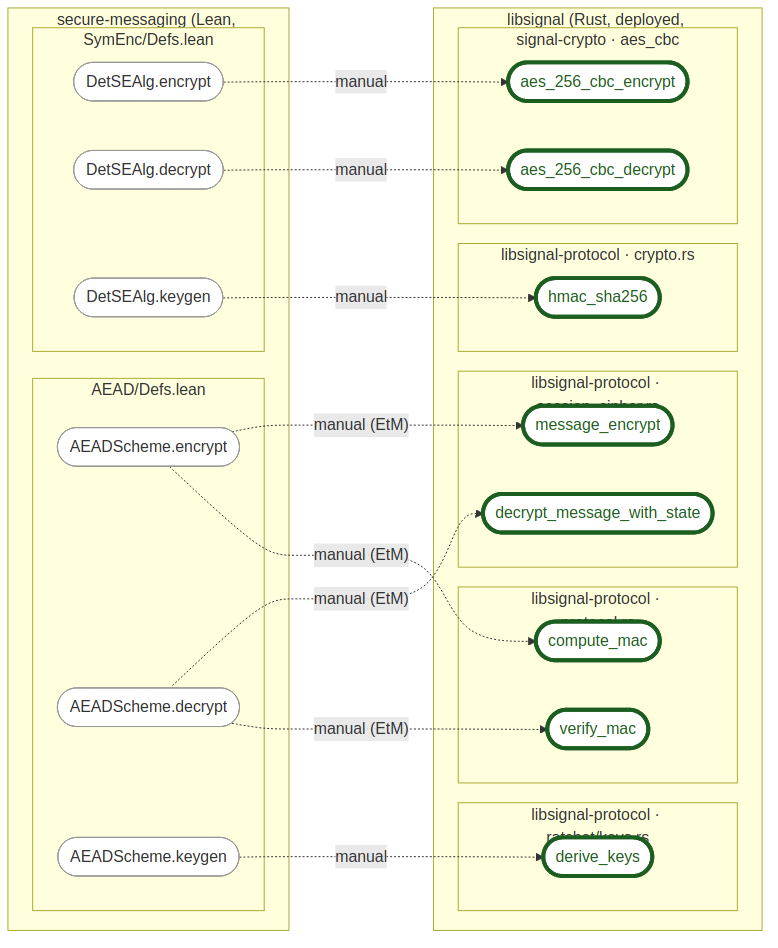
The Mermaid diagram docs/img/joint-libsignal-secure-messaging.png in Beneficial-AI-Foundation/probe, before a commit. Its source is kept beside it as docs/img/joint-libsignal-secure-messaging.mmd.
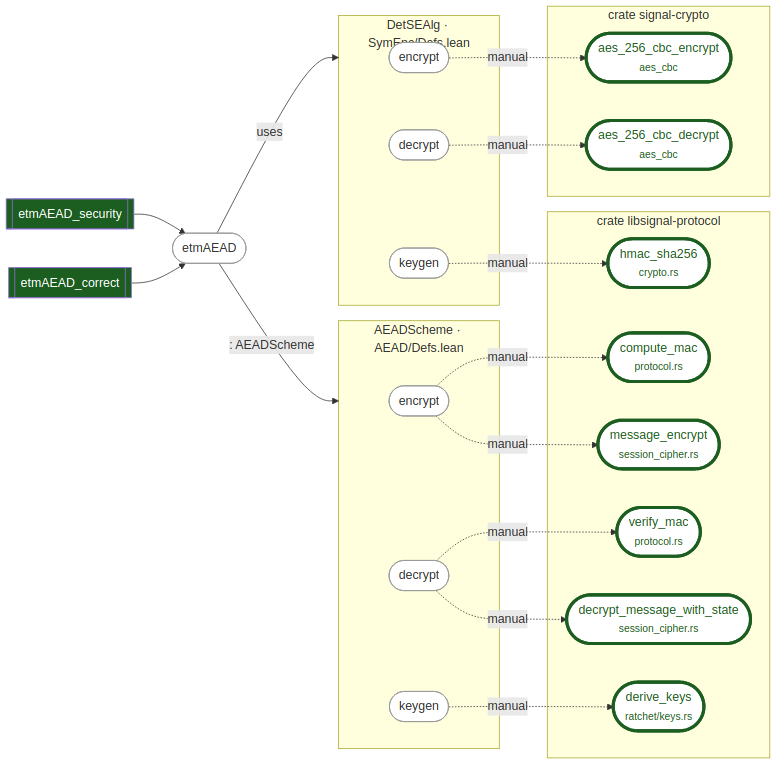
After the commit.

Commit message:
docs: joint diagram now shows the full theorem->scheme chain, crates visible

What changed in the source:
```diff
@@ -1,43 +1,41 @@
 flowchart LR
-    subgraph model ["secure-messaging (Lean, proved secure)"]
-        subgraph aead ["AEAD/Defs.lean"]
-            aenc(["AEADScheme.encrypt"]):::spec
-            adec(["AEADScheme.decrypt"]):::spec
-            akg(["AEADScheme.keygen"]):::spec
-        end
-        subgraph se ["SymEnc/Defs.lean"]
-            senc(["DetSEAlg.encrypt"]):::spec
-            sdec(["DetSEAlg.decrypt"]):::spec
-            skg(["DetSEAlg.keygen"]):::spec
-        end
+    tcor[["etmAEAD_correct"]]:::green
+    tsec[["etmAEAD_security"]]:::green
+    etm(["etmAEAD"]):::white
+    subgraph aeadS ["AEADScheme · AEAD/Defs.lean"]
+        ae(["encrypt"]):::white
+        ad(["decrypt"]):::white
+        ak(["keygen"]):::white
     end
-    subgraph impl ["libsignal (Rust, deployed, unverified)"]
-        subgraph sc ["signal-crypto · aes_cbc"]
-            aesE(["aes_256_cbc_encrypt"]):::prov
-            aesD(["aes_256_cbc_decrypt"]):::prov
-        end
-        subgraph lp1 ["libsignal-protocol · session_cipher.rs"]
-            msgE(["message_encrypt"]):::prov
-            msgD(["decrypt_message_with_state"]):::prov
-        end
-        subgraph lp2 ["libsignal-protocol · protocol.rs"]
-            mac(["compute_mac"]):::prov
-            vmac(["verify_mac"]):::prov
-        end
-        subgraph lp3 ["libsignal-protocol · ratchet/keys.rs"]
-            dk(["derive_keys"]):::prov
-        end
-        subgraph lp4 ["libsignal-protocol · crypto.rs"]
-            hmac(["hmac_sha256"]):::prov
-        end
+    subgraph seS ["DetSEAlg · SymEnc/Defs.lean"]
+        se(["encrypt"]):::white
+        sd(["decrypt"]):::white
+        sk(["keygen"]):::white
     end
-    senc -. manual .-> aesE
-    sdec -. manual .-> aesD
-    skg  -. manual .-> hmac
-    akg  -. manual .-> dk
-    aenc -. "manual (EtM)" .-> msgE
-    aenc -. "manual (EtM)" .-> mac
-    adec -. "manual (EtM)" .-> msgD
-    adec -. "manual (EtM)" .-> vmac
-    classDef spec fill:#fff,color:#333,stroke:#999
+    subgraph cr1 ["crate signal-crypto"]
+        aesE(["aes_256_cbc_encrypt<br/><small>aes_cbc</small>"]):::prov
+        aesD(["aes_256_cbc_decrypt<br/><small>aes_cbc</small>"]):::prov
+    end
+    subgraph cr2 ["crate libsignal-protocol"]
+        msgE(["message_encrypt<br/><small>session_cipher.rs</small>"]):::prov
+        msgD(["decrypt_message_with_state<br/><small>session_cipher.rs</small>"]):::prov
+        mac(["compute_mac<br/><small>protocol.rs</small>"]):::prov
+        vmac(["verify_mac<br/><small>protocol.rs</small>"]):::prov
+        dk(["derive_keys<br/><small>ratchet/keys.rs</small>"]):::prov
+        hmac(["hmac_sha256<br/><small>crypto.rs</small>"]):::prov
+    end
+    tcor --> etm
+    tsec --> etm
+    etm -->|": AEADScheme"| aeadS
+    etm -->|"uses"| seS
+    ae -. manual .-> msgE
+    ae -. manual .-> mac
+    ad -. manual .-> msgD
+    ad -. manual .-> vmac
+    ak -. manual .-> dk
+    se -. manual .-> aesE
+    sd -. manual .-> aesD
+    sk -. manual .-> hmac
+    classDef green fill:#1B5E20,color:#fff
+    classDef white fill:#fff,color:#333,stroke:#999
     classDef prov fill:#fff,color:#1B5E20,stroke:#1B5E20,stroke-width:4px
```
